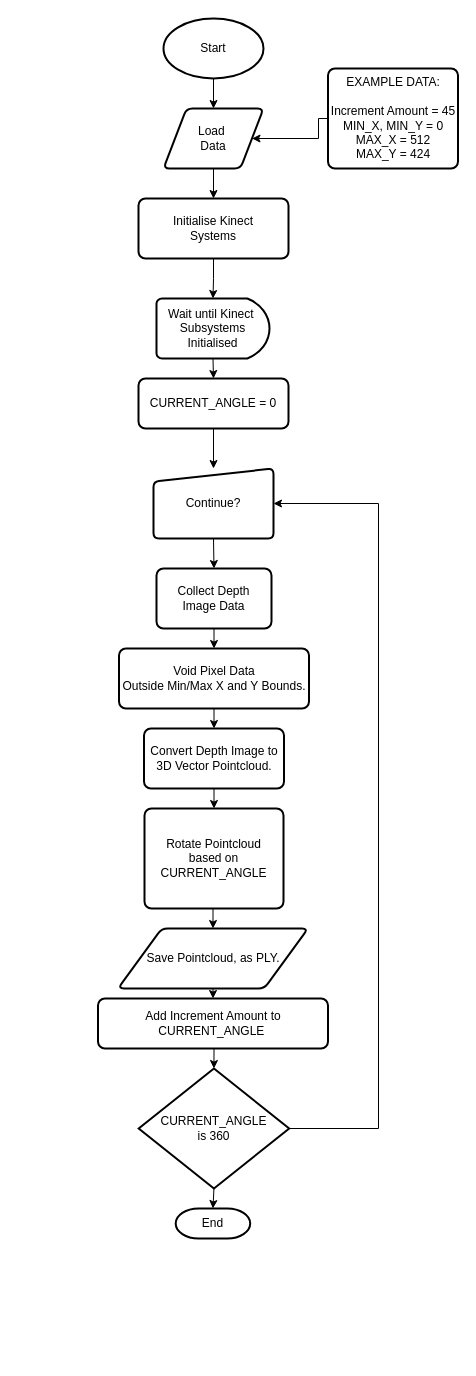
This is Paper/Diagrams/Kinect-Collection.drawio from F-Dudley/Dissertation-2022_2023, a draw.io file, before an edit. Source tidied: cells renumbered, new cells numbered last; positions are measured from the earlier drawing's top-left corner, leaving out a move shared by most shapes. Both pictures are drawn from the tidied source at 100%, with x=0, y=0 at pixel (98, 18).
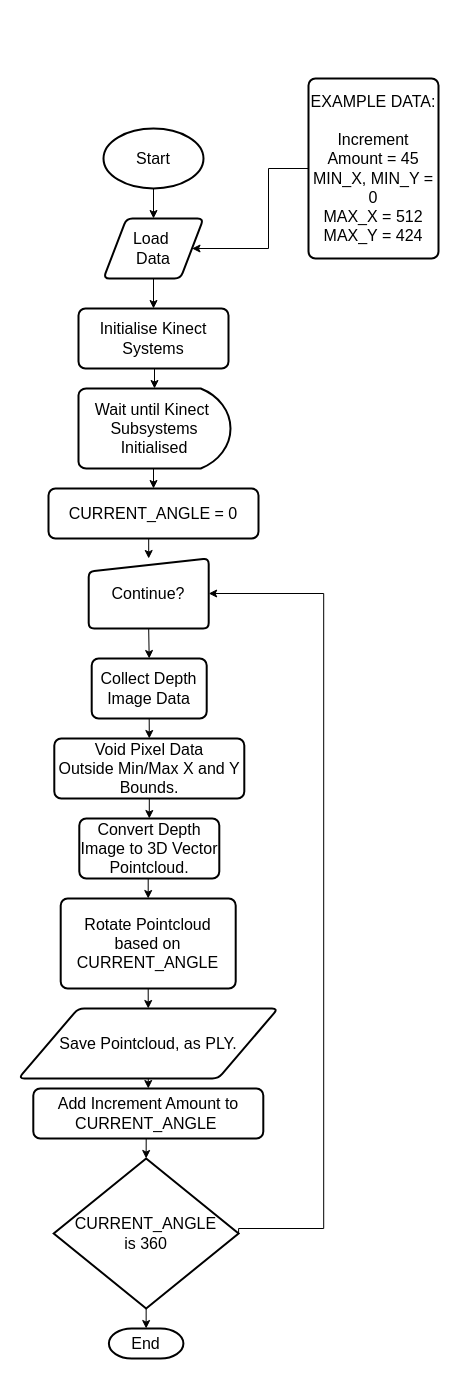
After the change.

What changed in the source:
```diff
@@
-    <mxCell id="2" style="edgeStyle=orthogonalEdgeStyle;rounded=0;jettySize=auto;html=1;exitX=0.5;exitY=1;exitDx=0;exitDy=0;exitPerimeter=0;entryX=0.5;entryY=0;entryDx=0;entryDy=0;" parent="1" edge="1" source="3" target="7">
+    <mxCell id="2" style="edgeStyle=orthogonalEdgeStyle;rounded=0;jettySize=auto;html=1;exitX=0.5;exitY=1;exitDx=0;exitDy=0;exitPerimeter=0;entryX=0.5;entryY=0;entryDx=0;entryDy=0;fontSize=16;" parent="1" edge="1" source="3" target="7">
       <mxGeometry relative="1" as="geometry" />
     </mxCell>
-    <mxCell id="3" value="Start" style="strokeWidth=2;html=1;shape=mxgraph.flowchart.start_1;whiteSpace=wrap;" parent="1" vertex="1">
-      <mxGeometry x="65" width="100" height="60" as="geometry" />
+    <mxCell id="3" value="Start" style="strokeWidth=2;html=1;shape=mxgraph.flowchart.start_1;whiteSpace=wrap;fontSize=16;" parent="1" vertex="1">
+      <mxGeometry x="5" y="110" width="100" height="60" as="geometry" />
     </mxCell>
-    <mxCell id="4" style="edgeStyle=orthogonalEdgeStyle;rounded=0;jettySize=auto;html=1;exitX=0.5;exitY=1;exitDx=0;exitDy=0;entryX=0.5;entryY=0;entryDx=0;entryDy=0;" parent="1" edge="1" source="5" target="15">
+    <mxCell id="4" style="edgeStyle=orthogonalEdgeStyle;rounded=0;jettySize=auto;html=1;exitX=0.5;exitY=1;exitDx=0;exitDy=0;entryX=0.5;entryY=0;entryDx=0;entryDy=0;fontSize=16;" parent="1" edge="1" source="5" target="15">
       <mxGeometry relative="1" as="geometry" />
     </mxCell>
-    <mxCell id="5" value="Continue?" style="html=1;strokeWidth=2;shape=manualInput;whiteSpace=wrap;rounded=1;size=13;arcSize=11;" parent="1" vertex="1">
-      <mxGeometry x="55" y="450" width="120" height="70" as="geometry" />
+    <mxCell id="5" value="Continue?" style="html=1;strokeWidth=2;shape=manualInput;whiteSpace=wrap;rounded=1;size=13;arcSize=11;fontSize=16;" parent="1" vertex="1">
+      <mxGeometry x="-9.8" y="540" width="120" height="70" as="geometry" />
     </mxCell>
-    <mxCell id="6" style="edgeStyle=orthogonalEdgeStyle;rounded=0;jettySize=auto;html=1;exitX=0.5;exitY=1;exitDx=0;exitDy=0;entryX=0.5;entryY=0;entryDx=0;entryDy=0;" parent="1" edge="1" source="7" target="11">
+    <mxCell id="6" style="edgeStyle=orthogonalEdgeStyle;rounded=0;jettySize=auto;html=1;exitX=0.5;exitY=1;exitDx=0;exitDy=0;entryX=0.5;entryY=0;entryDx=0;entryDy=0;fontSize=16;" parent="1" edge="1" source="7" target="11">
       <mxGeometry relative="1" as="geometry" />
     </mxCell>
-    <mxCell id="7" value="Load&amp;nbsp;&lt;br&gt;Data" style="shape=parallelogram;html=1;strokeWidth=2;perimeter=parallelogramPerimeter;whiteSpace=wrap;rounded=1;arcSize=12;size=0.23;" parent="1" vertex="1">
-      <mxGeometry x="65" y="90" width="100" height="60" as="geometry" />
+    <mxCell id="7" value="&lt;font style=&quot;font-size: 16px;&quot;&gt;Load&amp;nbsp;&lt;br style=&quot;font-size: 16px;&quot;&gt;Data&lt;/font&gt;" style="shape=parallelogram;html=1;strokeWidth=2;perimeter=parallelogramPerimeter;whiteSpace=wrap;rounded=1;arcSize=12;size=0.23;fontSize=16;" parent="1" vertex="1">
+      <mxGeometry x="5" y="200" width="100" height="60" as="geometry" />
     </mxCell>
-    <mxCell id="8" style="edgeStyle=orthogonalEdgeStyle;rounded=0;jettySize=auto;html=1;exitX=0;exitY=0.5;exitDx=0;exitDy=0;entryX=1;entryY=0.5;entryDx=0;entryDy=0;" parent="1" edge="1" source="9" target="7">
+    <mxCell id="8" style="edgeStyle=orthogonalEdgeStyle;rounded=0;jettySize=auto;html=1;exitX=0;exitY=0.5;exitDx=0;exitDy=0;entryX=1;entryY=0.5;entryDx=0;entryDy=0;fontSize=16;" parent="1" edge="1" source="9" target="7">
       <mxGeometry relative="1" as="geometry">
         <Array as="points">
-          <mxPoint x="230" y="100" />
-          <mxPoint x="220" y="100" />
-          <mxPoint x="220" y="120" />
+          <mxPoint x="170" y="150" />
+          <mxPoint x="170" y="230" />
         </Array>
       </mxGeometry>
     </mxCell>
-    <mxCell id="9" value="EXAMPLE DATA:&lt;br&gt;&lt;br&gt;Increment Amount = 45&lt;br&gt;MIN_X, MIN_Y = 0&lt;br&gt;MAX_X = 512&lt;br&gt;MAX_Y = 424" style="rounded=1;whiteSpace=wrap;html=1;absoluteArcSize=1;arcSize=14;strokeWidth=2;" parent="1" vertex="1">
-      <mxGeometry x="229.5" y="50" width="130" height="100" as="geometry" />
+    <mxCell id="9" value="EXAMPLE DATA:&lt;br style=&quot;font-size: 16px;&quot;&gt;&lt;br style=&quot;font-size: 16px;&quot;&gt;Increment Amount = 45&lt;br style=&quot;font-size: 16px;&quot;&gt;MIN_X, MIN_Y = 0&lt;br style=&quot;font-size: 16px;&quot;&gt;MAX_X = 512&lt;br style=&quot;font-size: 16px;&quot;&gt;MAX_Y = 424" style="rounded=1;whiteSpace=wrap;html=1;absoluteArcSize=1;arcSize=14;strokeWidth=2;fontSize=16;" parent="1" vertex="1">
+      <mxGeometry x="210" y="60" width="130" height="180" as="geometry" />
     </mxCell>
-    <mxCell id="10" style="edgeStyle=orthogonalEdgeStyle;rounded=0;jettySize=auto;html=1;exitX=0.5;exitY=1;exitDx=0;exitDy=0;entryX=0.5;entryY=0;entryDx=0;entryDy=0;entryPerimeter=0;" parent="1" edge="1" source="11" target="19">
+    <mxCell id="10" style="edgeStyle=orthogonalEdgeStyle;rounded=0;jettySize=auto;html=1;exitX=0.5;exitY=1;exitDx=0;exitDy=0;entryX=0.5;entryY=0;entryDx=0;entryDy=0;entryPerimeter=0;fontSize=16;" parent="1" edge="1" source="11" target="19">
       <mxGeometry relative="1" as="geometry" />
     </mxCell>
-    <mxCell id="11" value="Initialise Kinect&lt;br&gt;Systems" style="rounded=1;whiteSpace=wrap;html=1;absoluteArcSize=1;arcSize=14;strokeWidth=2;" parent="1" vertex="1">
-      <mxGeometry x="40" y="180" width="150" height="60" as="geometry" />
+    <mxCell id="11" value="Initialise Kinect&lt;br style=&quot;font-size: 16px;&quot;&gt;Systems" style="rounded=1;whiteSpace=wrap;html=1;absoluteArcSize=1;arcSize=14;strokeWidth=2;fontSize=16;" parent="1" vertex="1">
+      <mxGeometry x="-20" y="290" width="150" height="60" as="geometry" />
     </mxCell>
-    <mxCell id="12" style="edgeStyle=orthogonalEdgeStyle;rounded=0;jettySize=auto;html=1;exitX=0.5;exitY=1;exitDx=0;exitDy=0;entryX=0.5;entryY=0;entryDx=0;entryDy=0;" parent="1" edge="1" source="13" target="5">
+    <mxCell id="12" style="edgeStyle=orthogonalEdgeStyle;rounded=0;jettySize=auto;html=1;exitX=0.5;exitY=1;exitDx=0;exitDy=0;entryX=0.5;entryY=0;entryDx=0;entryDy=0;fontSize=16;" parent="1" edge="1" source="13" target="5">
       <mxGeometry relative="1" as="geometry" />
     </mxCell>
-    <mxCell id="13" value="CURRENT_ANGLE = 0" style="rounded=1;whiteSpace=wrap;html=1;absoluteArcSize=1;arcSize=14;strokeWidth=2;" parent="1" vertex="1">
-      <mxGeometry x="40" y="360" width="150" height="50" as="geometry" />
+    <mxCell id="13" value="CURRENT_ANGLE = 0" style="rounded=1;whiteSpace=wrap;html=1;absoluteArcSize=1;arcSize=14;strokeWidth=2;fontSize=16;" parent="1" vertex="1">
+      <mxGeometry x="-50" y="470" width="210" height="50" as="geometry" />
     </mxCell>
-    <mxCell id="14" style="edgeStyle=orthogonalEdgeStyle;rounded=0;jettySize=auto;html=1;exitX=0.5;exitY=1;exitDx=0;exitDy=0;entryX=0.5;entryY=0;entryDx=0;entryDy=0;" parent="1" edge="1" source="15" target="21">
+    <mxCell id="14" style="edgeStyle=orthogonalEdgeStyle;rounded=0;jettySize=auto;html=1;exitX=0.5;exitY=1;exitDx=0;exitDy=0;entryX=0.5;entryY=0;entryDx=0;entryDy=0;fontSize=16;" parent="1" edge="1" source="15" target="21">
       <mxGeometry relative="1" as="geometry" />
     </mxCell>
-    <mxCell id="15" value="Collect Depth&lt;br&gt;Image Data" style="rounded=1;whiteSpace=wrap;html=1;absoluteArcSize=1;arcSize=14;strokeWidth=2;" parent="1" vertex="1">
-      <mxGeometry x="58" y="550" width="115" height="60" as="geometry" />
+    <mxCell id="15" value="Collect Depth&lt;br style=&quot;font-size: 16px;&quot;&gt;Image Data" style="rounded=1;whiteSpace=wrap;html=1;absoluteArcSize=1;arcSize=14;strokeWidth=2;fontSize=16;" parent="1" vertex="1">
+      <mxGeometry x="-6.8" y="640" width="115" height="60" as="geometry" />
     </mxCell>
-    <mxCell id="16" style="edgeStyle=orthogonalEdgeStyle;rounded=0;jettySize=auto;html=1;exitX=0.5;exitY=1;exitDx=0;exitDy=0;entryX=0.5;entryY=0;entryDx=0;entryDy=0;" parent="1" edge="1" source="17" target="23">
+    <mxCell id="16" style="edgeStyle=orthogonalEdgeStyle;rounded=0;jettySize=auto;html=1;exitX=0.5;exitY=1;exitDx=0;exitDy=0;entryX=0.5;entryY=0;entryDx=0;entryDy=0;fontSize=16;" parent="1" edge="1" source="17" target="23">
       <mxGeometry relative="1" as="geometry" />
     </mxCell>
-    <mxCell id="17" value="Convert Depth Image to 3D Vector Pointcloud." style="rounded=1;whiteSpace=wrap;html=1;absoluteArcSize=1;arcSize=14;strokeWidth=2;" parent="1" vertex="1">
-      <mxGeometry x="45.5" y="710" width="140" height="60" as="geometry" />
+    <mxCell id="17" value="Convert Depth Image to 3D Vector Pointcloud." style="rounded=1;whiteSpace=wrap;html=1;absoluteArcSize=1;arcSize=14;strokeWidth=2;fontSize=16;" parent="1" vertex="1">
+      <mxGeometry x="-19.2" y="800" width="140" height="60" as="geometry" />
     </mxCell>
-    <mxCell id="18" style="edgeStyle=orthogonalEdgeStyle;rounded=0;jettySize=auto;html=1;exitX=0.5;exitY=1;exitDx=0;exitDy=0;exitPerimeter=0;entryX=0.5;entryY=0;entryDx=0;entryDy=0;" parent="1" edge="1" source="19" target="13">
+    <mxCell id="18" style="edgeStyle=orthogonalEdgeStyle;rounded=0;jettySize=auto;html=1;exitX=0.5;exitY=1;exitDx=0;exitDy=0;exitPerimeter=0;entryX=0.5;entryY=0;entryDx=0;entryDy=0;fontSize=16;" parent="1" edge="1" source="19" target="13">
       <mxGeometry relative="1" as="geometry" />
     </mxCell>
-    <mxCell id="19" value="Wait until Kinect&amp;nbsp;&lt;br&gt;Subsystems Initialised" style="strokeWidth=2;html=1;shape=mxgraph.flowchart.delay;whiteSpace=wrap;" parent="1" vertex="1">
-      <mxGeometry x="58" y="280" width="113" height="60" as="geometry" />
+    <mxCell id="19" value="Wait until Kinect&amp;nbsp;&lt;br style=&quot;font-size: 16px;&quot;&gt;Subsystems Initialised" style="strokeWidth=2;html=1;shape=mxgraph.flowchart.delay;whiteSpace=wrap;fontSize=16;" parent="1" vertex="1">
+      <mxGeometry x="-20" y="370" width="152" height="80" as="geometry" />
     </mxCell>
-    <mxCell id="20" style="edgeStyle=orthogonalEdgeStyle;rounded=0;jettySize=auto;html=1;exitX=0.5;exitY=1;exitDx=0;exitDy=0;entryX=0.5;entryY=0;entryDx=0;entryDy=0;" parent="1" edge="1" source="21" target="17">
+    <mxCell id="20" style="edgeStyle=orthogonalEdgeStyle;rounded=0;jettySize=auto;html=1;exitX=0.5;exitY=1;exitDx=0;exitDy=0;entryX=0.5;entryY=0;entryDx=0;entryDy=0;fontSize=16;" parent="1" edge="1" source="21" target="17">
       <mxGeometry relative="1" as="geometry" />
     </mxCell>
-    <mxCell id="21" value="Void Pixel Data&lt;br&gt;Outside Min/Max X and Y Bounds." style="rounded=1;whiteSpace=wrap;html=1;absoluteArcSize=1;arcSize=14;strokeWidth=2;" parent="1" vertex="1">
-      <mxGeometry x="20.5" y="630" width="190" height="60" as="geometry" />
+    <mxCell id="21" value="Void Pixel Data&lt;br style=&quot;font-size: 16px;&quot;&gt;Outside Min/Max X and Y Bounds." style="rounded=1;whiteSpace=wrap;html=1;absoluteArcSize=1;arcSize=14;strokeWidth=2;fontSize=16;" parent="1" vertex="1">
+      <mxGeometry x="-44.2" y="720" width="190" height="60" as="geometry" />
     </mxCell>
-    <mxCell id="22" style="edgeStyle=orthogonalEdgeStyle;rounded=0;jettySize=auto;html=1;exitX=0.5;exitY=1;exitDx=0;exitDy=0;entryX=0.5;entryY=0;entryDx=0;entryDy=0;" parent="1" edge="1" source="23" target="25">
+    <mxCell id="22" style="edgeStyle=orthogonalEdgeStyle;rounded=0;jettySize=auto;html=1;exitX=0.5;exitY=1;exitDx=0;exitDy=0;entryX=0.5;entryY=0;entryDx=0;entryDy=0;fontSize=16;" parent="1" edge="1" source="23" target="25">
       <mxGeometry relative="1" as="geometry" />
     </mxCell>
-    <mxCell id="23" value="Rotate Pointcloud&lt;br&gt;based on&lt;br&gt;CURRENT_ANGLE" style="rounded=1;whiteSpace=wrap;html=1;absoluteArcSize=1;arcSize=14;strokeWidth=2;" parent="1" vertex="1">
-      <mxGeometry x="46" y="790" width="139" height="100" as="geometry" />
+    <mxCell id="23" value="Rotate Pointcloud&lt;br style=&quot;font-size: 16px;&quot;&gt;based on&lt;br style=&quot;font-size: 16px;&quot;&gt;CURRENT_ANGLE" style="rounded=1;whiteSpace=wrap;html=1;absoluteArcSize=1;arcSize=14;strokeWidth=2;fontSize=16;" parent="1" vertex="1">
+      <mxGeometry x="-37.8" y="880" width="175" height="90" as="geometry" />
     </mxCell>
-    <mxCell id="24" style="edgeStyle=orthogonalEdgeStyle;rounded=0;jettySize=auto;html=1;exitX=0.5;exitY=1;exitDx=0;exitDy=0;entryX=0.5;entryY=0;entryDx=0;entryDy=0;" parent="1" edge="1" source="25" target="27">
+    <mxCell id="24" style="edgeStyle=orthogonalEdgeStyle;rounded=0;jettySize=auto;html=1;exitX=0.5;exitY=1;exitDx=0;exitDy=0;entryX=0.5;entryY=0;entryDx=0;entryDy=0;fontSize=16;" parent="1" edge="1" source="25" target="27">
       <mxGeometry relative="1" as="geometry" />
     </mxCell>
-    <mxCell id="25" value="Save Pointcloud, as PLY." style="shape=parallelogram;html=1;strokeWidth=2;perimeter=parallelogramPerimeter;whiteSpace=wrap;rounded=1;arcSize=12;size=0.23;" parent="1" vertex="1">
-      <mxGeometry x="19.5" y="910" width="190" height="60" as="geometry" />
+    <mxCell id="25" value="Save Pointcloud, as PLY." style="shape=parallelogram;html=1;strokeWidth=2;perimeter=parallelogramPerimeter;whiteSpace=wrap;rounded=1;arcSize=12;size=0.23;fontSize=16;" parent="1" vertex="1">
+      <mxGeometry x="-80" y="990" width="259.5" height="70" as="geometry" />
     </mxCell>
-    <mxCell id="26" style="edgeStyle=orthogonalEdgeStyle;rounded=0;jettySize=auto;html=1;exitX=0.5;exitY=1;exitDx=0;exitDy=0;entryX=0.5;entryY=0;entryDx=0;entryDy=0;entryPerimeter=0;" parent="1" edge="1" source="27" target="30">
+    <mxCell id="26" style="edgeStyle=orthogonalEdgeStyle;rounded=0;jettySize=auto;html=1;exitX=0.5;exitY=1;exitDx=0;exitDy=0;entryX=0.5;entryY=0;entryDx=0;entryDy=0;entryPerimeter=0;fontSize=16;" parent="1" edge="1" source="27" target="30">
       <mxGeometry relative="1" as="geometry" />
     </mxCell>
-    <mxCell id="27" value="Add Increment Amount to CURRENT_ANGLE&amp;nbsp;" style="rounded=1;whiteSpace=wrap;html=1;absoluteArcSize=1;arcSize=14;strokeWidth=2;" parent="1" vertex="1">
-      <mxGeometry x="-0.5" y="980" width="230" height="50" as="geometry" />
+    <mxCell id="27" value="Add Increment Amount to CURRENT_ANGLE&amp;nbsp;" style="rounded=1;whiteSpace=wrap;html=1;absoluteArcSize=1;arcSize=14;strokeWidth=2;fontSize=16;" parent="1" vertex="1">
+      <mxGeometry x="-65.2" y="1070" width="230" height="50" as="geometry" />
     </mxCell>
+    <mxCell id="29" style="edgeStyle=orthogonalEdgeStyle;rounded=0;jettySize=auto;html=1;exitX=0.5;exitY=1;exitDx=0;exitDy=0;exitPerimeter=0;entryX=0.5;entryY=0;entryDx=0;entryDy=0;entryPerimeter=0;fontSize=16;" parent="1" edge="1" source="30" target="31">
+      <mxGeometry relative="1" as="geometry" />
+    </mxCell>
     <mxCell id="28" style="edgeStyle=orthogonalEdgeStyle;rounded=0;jettySize=auto;html=1;exitX=1;exitY=0.5;exitDx=0;exitDy=0;exitPerimeter=0;entryX=1;entryY=0.5;entryDx=0;entryDy=0;" parent="1" edge="1" source="30" target="5">
       <mxGeometry relative="1" as="geometry">
         <Array as="points">
-          <mxPoint x="280" y="1110" />
-          <mxPoint x="280" y="485" />
+          <mxPoint x="225.2" y="1210" />
+          <mxPoint x="225.2" y="575" />
         </Array>
       </mxGeometry>
     </mxCell>
-    <mxCell id="29" style="edgeStyle=orthogonalEdgeStyle;rounded=0;jettySize=auto;html=1;exitX=0.5;exitY=1;exitDx=0;exitDy=0;exitPerimeter=0;entryX=0.5;entryY=0;entryDx=0;entryDy=0;entryPerimeter=0;" parent="1" edge="1" source="30" target="31">
-      <mxGeometry relative="1" as="geometry" />
-    </mxCell>
-    <mxCell id="30" value="CURRENT_ANGLE&lt;br&gt;is 360" style="strokeWidth=2;html=1;shape=mxgraph.flowchart.decision;whiteSpace=wrap;" parent="1" vertex="1">
-      <mxGeometry x="40.2" y="1050" width="150.5" height="120" as="geometry" />
+    <mxCell id="30" value="CURRENT_ANGLE&lt;br style=&quot;font-size: 16px;&quot;&gt;is 360" style="strokeWidth=2;html=1;shape=mxgraph.flowchart.decision;whiteSpace=wrap;fontSize=16;" parent="1" vertex="1">
+      <mxGeometry x="-44.8" y="1140" width="184.9" height="150" as="geometry" />
     </mxCell>
-    <mxCell id="31" value="End" style="strokeWidth=2;html=1;shape=mxgraph.flowchart.terminator;whiteSpace=wrap;" parent="1" vertex="1">
-      <mxGeometry x="77.2" y="1190" width="74.5" height="30" as="geometry" />
+    <mxCell id="31" value="End" style="strokeWidth=2;html=1;shape=mxgraph.flowchart.terminator;whiteSpace=wrap;fontSize=16;" parent="1" vertex="1">
+      <mxGeometry x="10.4" y="1310" width="74.5" height="30" as="geometry" />
     </mxCell>
```
